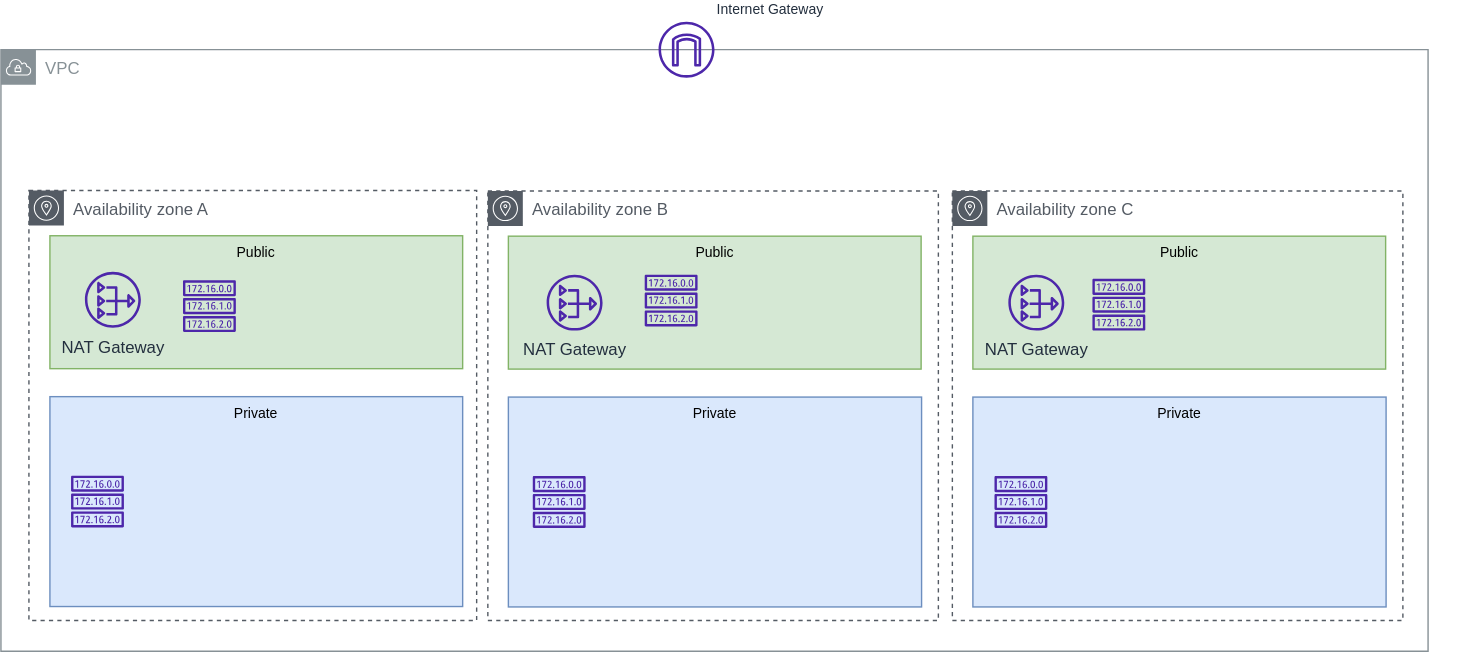
Before: docs/diagrams/networking-stack.drawio.svg, a diagram exported from draw.io (jbcodeforce/aws-resiliency-studies). Source tidied: cells renumbered, new cells last; positions are measured from the earlier drawing's top-left corner, leaving out a move shared by most shapes.
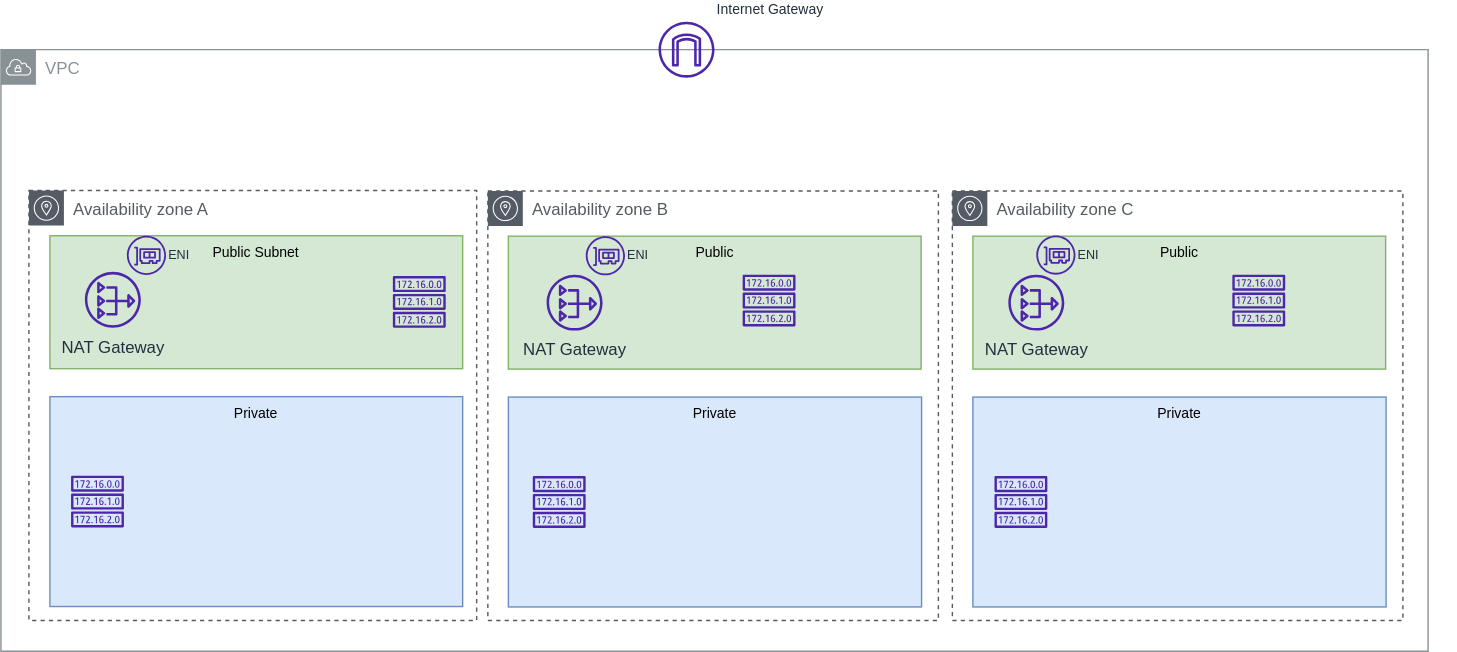
After the change.

Commit message:
update to readme and add nginx diagram

Diff of the diagram source:
```diff
@@ -11,7 +11,7 @@
     <mxCell id="4" value="Private" style="rounded=0;whiteSpace=wrap;html=1;fillColor=#dae8fc;strokeColor=#6c8ebf;fontSize=10;verticalAlign=top;" parent="1" vertex="1">
       <mxGeometry x="35" y="268" width="295" height="150" as="geometry" />
     </mxCell>
-    <mxCell id="5" value="Public" style="rounded=0;whiteSpace=wrap;html=1;fillColor=#d5e8d4;strokeColor=#82b366;fontSize=10;verticalAlign=top;" parent="1" vertex="1">
+    <mxCell id="5" value="Public Subnet" style="rounded=0;whiteSpace=wrap;html=1;fillColor=#d5e8d4;strokeColor=#82b366;fontSize=10;verticalAlign=top;" parent="1" vertex="1">
       <mxGeometry x="35" y="153" width="295" height="95" as="geometry" />
     </mxCell>
     <mxCell id="6" style="sketch=0;fontColor=#232F3E;gradientColor=#F78E04;gradientDirection=north;fillColor=#D05C17;strokeColor=#ffffff;dashed=0;verticalLabelPosition=bottom;verticalAlign=top;align=center;html=1;fontSize=12;fontStyle=0;shape=mxgraph.aws4.resourceIcon;resIcon=mxgraph.aws4.auto_scaling2;" parent="1" vertex="1">
@@ -39,11 +39,14 @@
       <mxGeometry x="42" y="59.8" width="40" height="40" as="geometry" />
     </mxCell>
     <mxCell id="14" style="sketch=0;fontColor=#232F3E;gradientColor=none;fillColor=#4D27AA;strokeColor=none;dashed=0;verticalLabelPosition=bottom;verticalAlign=top;align=center;html=1;fontSize=12;fontStyle=0;shape=mxgraph.aws4.route_table;" parent="9" vertex="1">
-      <mxGeometry x="112" y="59.8" width="38" height="37" as="geometry" />
+      <mxGeometry x="182" y="59.8" width="38" height="37" as="geometry" />
     </mxCell>
     <mxCell id="15" style="sketch=0;fontColor=#232F3E;gradientColor=none;fillColor=#4D27AA;strokeColor=none;dashed=0;verticalLabelPosition=bottom;verticalAlign=top;align=center;html=1;fontSize=12;fontStyle=0;shape=mxgraph.aws4.route_table;" parent="9" vertex="1">
       <mxGeometry x="32" y="203.8" width="38" height="37" as="geometry" />
     </mxCell>
+    <mxCell id="25" value="ENI" style="sketch=0;fontColor=#232F3E;gradientColor=none;fillColor=#4D27AA;strokeColor=none;dashed=0;verticalLabelPosition=middle;verticalAlign=middle;align=left;html=1;fontSize=9;fontStyle=0;shape=mxgraph.aws4.elastic_network_interface;labelPosition=right;" parent="9" vertex="1">
+      <mxGeometry x="70" y="32.3" width="28" height="28" as="geometry" />
+    </mxCell>
     <mxCell id="16" style="group;" parent="1" vertex="1">
       <mxGeometry x="680" y="121" width="360" height="307" as="geometry" />
     </mxCell>
@@ -63,13 +66,19 @@
       <mxGeometry x="30" y="203.8" width="38" height="37" as="geometry" />
     </mxCell>
     <mxCell id="22" style="sketch=0;fontColor=#232F3E;gradientColor=none;fillColor=#4D27AA;strokeColor=none;dashed=0;verticalLabelPosition=bottom;verticalAlign=top;align=center;html=1;fontSize=12;fontStyle=0;shape=mxgraph.aws4.route_table;" parent="16" vertex="1">
-      <mxGeometry x="100" y="62.8" width="38" height="37" as="geometry" />
+      <mxGeometry x="200" y="59.8" width="38" height="37" as="geometry" />
     </mxCell>
+    <mxCell id="26" value="ENI" style="sketch=0;fontColor=#232F3E;gradientColor=none;fillColor=#4D27AA;strokeColor=none;dashed=0;verticalLabelPosition=middle;verticalAlign=middle;align=left;html=1;fontSize=9;fontStyle=0;shape=mxgraph.aws4.elastic_network_interface;labelPosition=right;" parent="16" vertex="1">
+      <mxGeometry x="60" y="31.8" width="28" height="28" as="geometry" />
+    </mxCell>
     <mxCell id="23" style="sketch=0;fontColor=#232F3E;gradientColor=none;fillColor=#4D27AA;strokeColor=none;dashed=0;verticalLabelPosition=bottom;verticalAlign=top;align=center;html=1;fontSize=12;fontStyle=0;shape=mxgraph.aws4.route_table;" parent="1" vertex="1">
-      <mxGeometry x="130" y="184.8" width="38" height="37" as="geometry" />
+      <mxGeometry x="280" y="181.8" width="38" height="37" as="geometry" />
     </mxCell>
     <mxCell id="24" style="sketch=0;fontColor=#232F3E;gradientColor=none;fillColor=#4D27AA;strokeColor=none;dashed=0;verticalLabelPosition=bottom;verticalAlign=top;align=center;html=1;fontSize=12;fontStyle=0;shape=mxgraph.aws4.route_table;" parent="1" vertex="1">
       <mxGeometry x="50" y="324.5" width="38" height="37" as="geometry" />
     </mxCell>
+    <mxCell id="27" value="ENI" style="sketch=0;fontColor=#232F3E;gradientColor=none;fillColor=#4D27AA;strokeColor=none;dashed=0;verticalLabelPosition=middle;verticalAlign=middle;align=left;html=1;fontSize=9;fontStyle=0;shape=mxgraph.aws4.elastic_network_interface;labelPosition=right;" parent="1" vertex="1">
+      <mxGeometry x="90" y="153" width="28" height="28" as="geometry" />
+    </mxCell>
   </root>
 </mxGraphModel>
```
